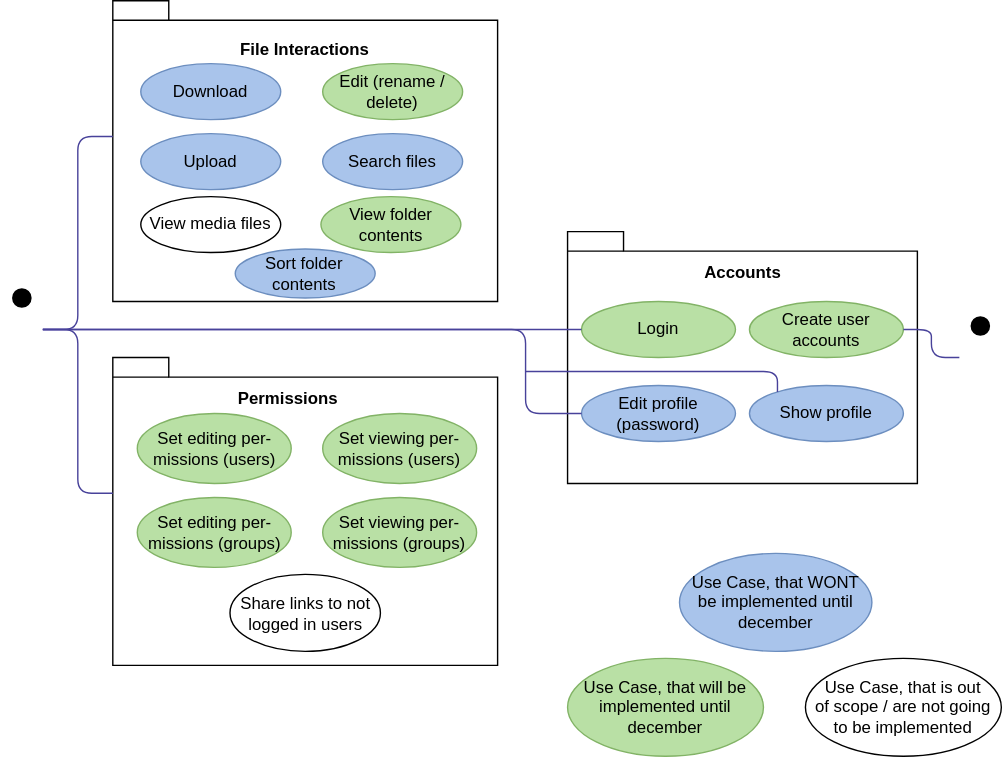
Before: wiki/usecases.svg, a diagram exported from draw.io (FileFighter/filefighter.github.io). Source tidied: cells renumbered, new cells last; positions are measured from the earlier drawing's top-left corner, leaving out a move shared by most shapes.
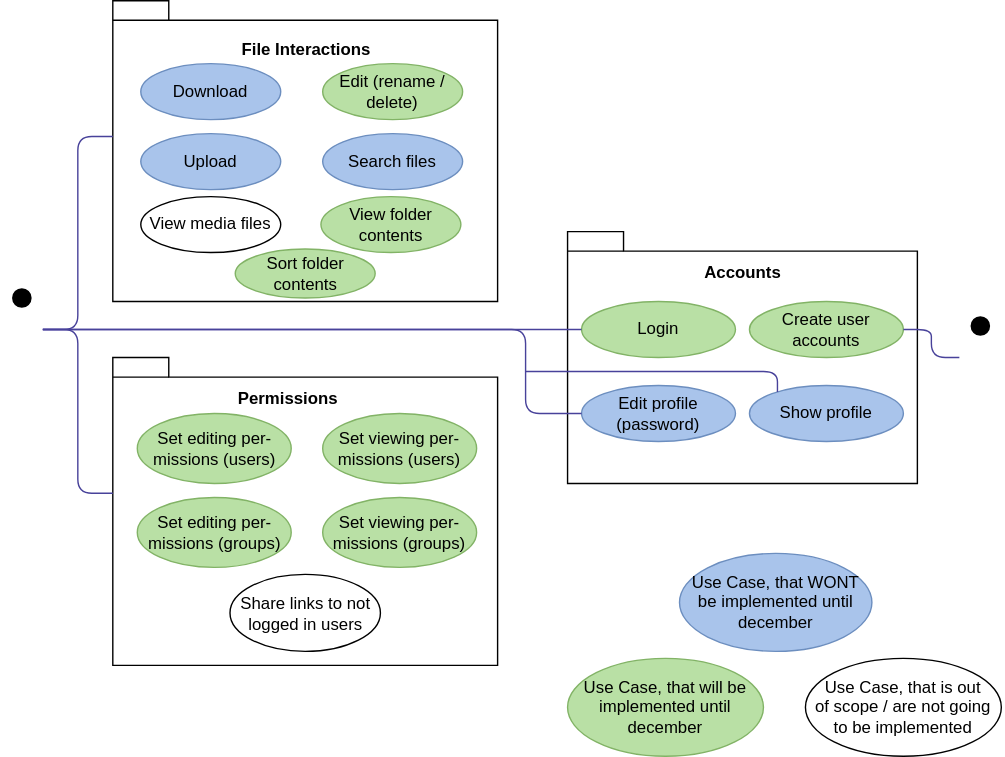
The same file after the commit.

Commit message:
change scope of usecase

What changed in the source:
```diff
@@ -115,7 +115,7 @@
     <mxCell id="34" value="Search files" style="ellipse;whiteSpace=wrap;html=1;strokeColor=#6c8ebf;fillColor=#A9C4EB;" parent="1" vertex="1">
       <mxGeometry x="230" y="95" width="100" height="40" as="geometry" />
     </mxCell>
-    <mxCell id="35" value="Sort folder contents" style="ellipse;whiteSpace=wrap;html=1;strokeColor=#6c8ebf;fillColor=#A9C4EB;" parent="1" vertex="1">
+    <mxCell id="35" value="Sort folder contents" style="ellipse;whiteSpace=wrap;html=1;strokeColor=#82b366;fillColor=#B9E0A5;" parent="1" vertex="1">
       <mxGeometry x="167.5" y="177.5" width="100" height="35" as="geometry" />
     </mxCell>
   </root>
```
